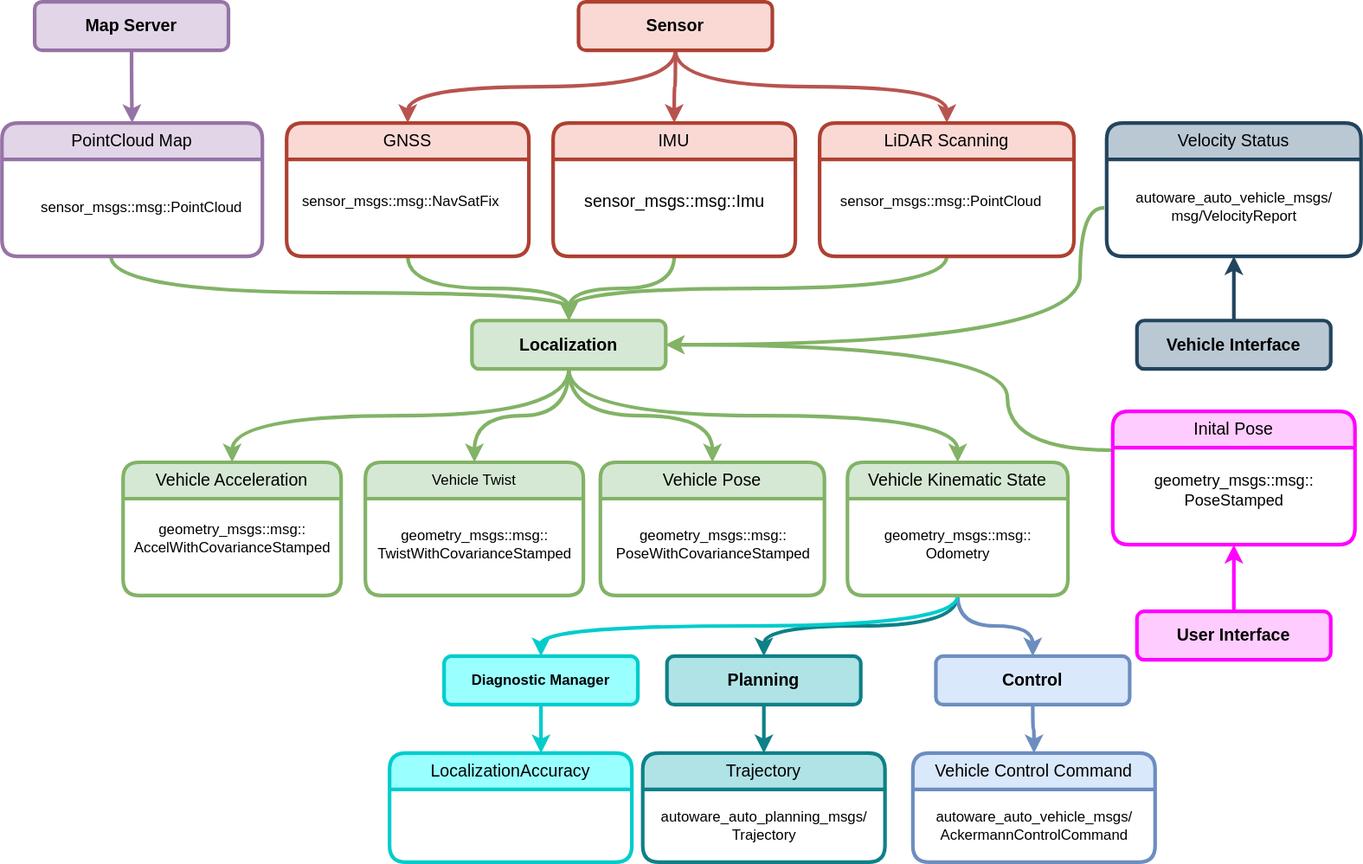
The draw.io diagram docs/design/autoware-interfaces/components/images/Localization-Bus-ODD-Architecture.drawio.svg in autowarefoundation/autoware-documentation, before a commit. Source tidied: cells renumbered, new cells last; positions are measured from the earlier drawing's top-left corner, leaving out a move shared by most shapes.
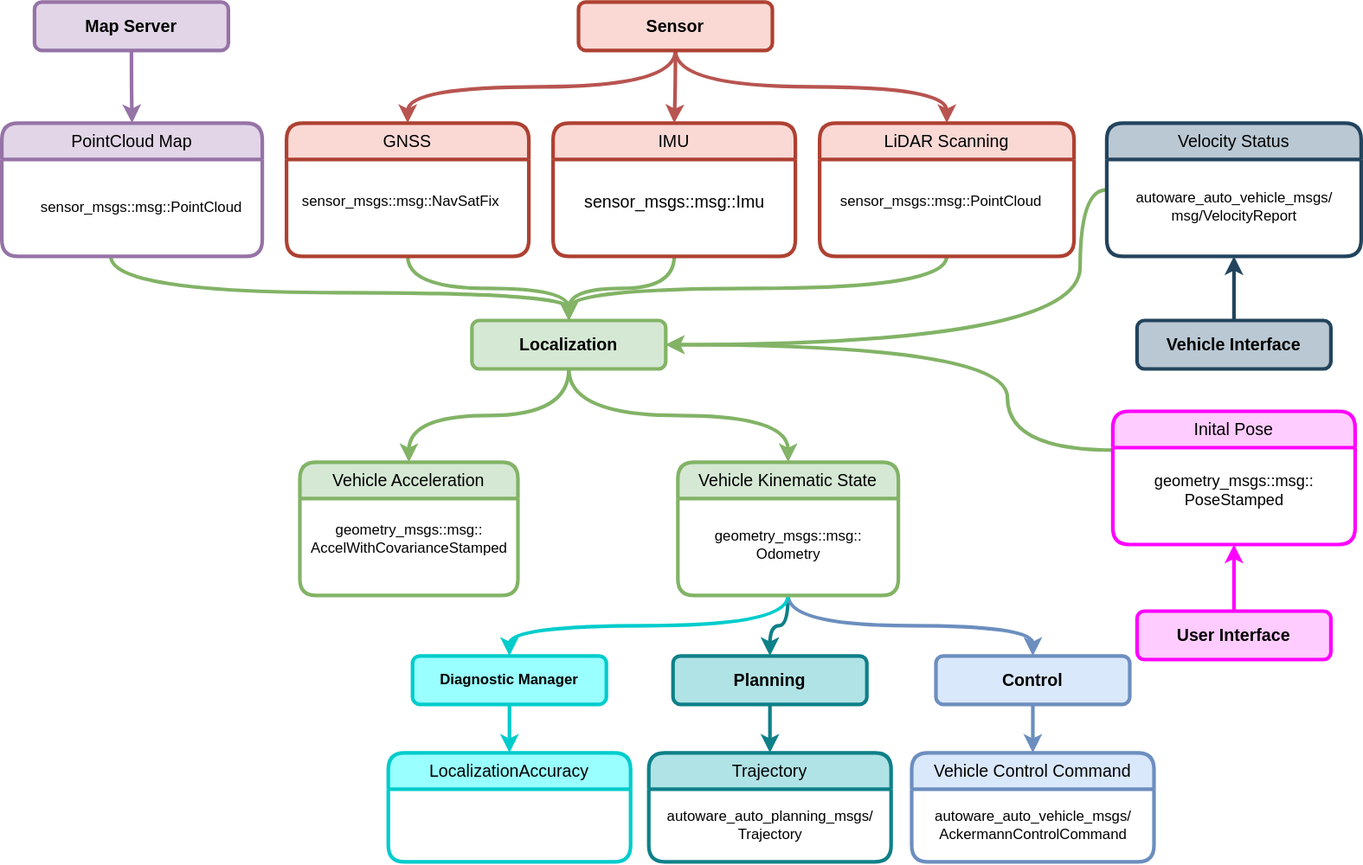
After the change.

Commit message:
docs(design/autoware-interfaces): add localization interface

The edit, as a diff of the source:
```diff
@@ -20,12 +20,6 @@
     <mxCell id="5" style="edgeStyle=orthogonalEdgeStyle;curved=1;rounded=1;jettySize=auto;html=1;strokeWidth=3;exitX=0.5;exitY=1;exitDx=0;exitDy=0;fillColor=#d5e8d4;strokeColor=#82b366;" parent="1" edge="1" source="9" target="47">
       <mxGeometry relative="1" as="geometry" />
     </mxCell>
-    <mxCell id="6" style="edgeStyle=orthogonalEdgeStyle;curved=1;rounded=1;jettySize=auto;html=1;strokeWidth=3;fillColor=#d5e8d4;strokeColor=#82b366;" parent="1" edge="1" source="9" target="41">
-      <mxGeometry relative="1" as="geometry" />
-    </mxCell>
-    <mxCell id="7" style="edgeStyle=orthogonalEdgeStyle;curved=1;rounded=1;jettySize=auto;html=1;strokeWidth=3;fillColor=#d5e8d4;strokeColor=#82b366;" parent="1" edge="1" source="9" target="20">
-      <mxGeometry relative="1" as="geometry" />
-    </mxCell>
     <mxCell id="8" style="edgeStyle=orthogonalEdgeStyle;curved=1;rounded=0;jettySize=auto;html=1;strokeColor=#82b366;strokeWidth=3;fontSize=14;exitX=0.5;exitY=1;exitDx=0;exitDy=0;fillColor=#d5e8d4;" parent="1" edge="1" source="9" target="52">
       <mxGeometry relative="1" as="geometry" />
     </mxCell>
@@ -42,7 +36,7 @@
       <mxGeometry relative="1" as="geometry" />
     </mxCell>
     <mxCell id="13" value="&lt;font style=&quot;font-size: 14px;&quot;&gt;&lt;b&gt;&lt;font style=&quot;font-size: 14px;&quot;&gt;Planning&lt;/font&gt;&lt;/b&gt;&lt;/font&gt;" style="rounded=1;whiteSpace=wrap;html=1;fillColor=#b0e3e6;strokeColor=#0e8088;strokeWidth=3;" parent="1" vertex="1">
-      <mxGeometry x="549" y="540" width="160" height="40" as="geometry" />
+      <mxGeometry x="554" y="540" width="160" height="40" as="geometry" />
     </mxCell>
     <mxCell id="14" style="edgeStyle=orthogonalEdgeStyle;curved=1;rounded=0;jettySize=auto;html=1;strokeWidth=3;fillColor=#e1d5e7;strokeColor=#9673a6;" parent="1" edge="1" source="15" target="17">
       <mxGeometry relative="1" as="geometry" />
@@ -68,12 +62,6 @@
     <mxCell id="19" style="edgeStyle=orthogonalEdgeStyle;curved=1;rounded=1;jettySize=auto;html=1;strokeWidth=3;fillColor=#b0e3e6;strokeColor=#0e8088;exitX=0.5;exitY=1;exitDx=0;exitDy=0;" parent="1" edge="1" source="52" target="13">
       <mxGeometry relative="1" as="geometry" />
     </mxCell>
-    <mxCell id="20" value="Vehicle Pose" style="swimlane;whiteSpace=wrap;html=1;rounded=1;fillColor=#d5e8d4;strokeColor=#82b366;strokeWidth=3;startSize=30;fontStyle=0;fontSize=14;" parent="1" vertex="1">
-      <mxGeometry x="494" y="380" width="185" height="110" as="geometry" />
-    </mxCell>
-    <mxCell id="21" value="&lt;div style=&quot;font-size: 12px;&quot;&gt;geometry_msgs::msg::&lt;/div&gt;&lt;div style=&quot;font-size: 12px;&quot;&gt;PoseWithCovarianceStamped&lt;/div&gt;" style="text;html=1;align=center;verticalAlign=middle;strokeColor=none;fillColor=none;fontSize=12;" parent="20" vertex="1">
-      <mxGeometry x="2.5" y="48" width="180" height="40" as="geometry" />
-    </mxCell>
     <mxCell id="22" style="edgeStyle=orthogonalEdgeStyle;curved=1;rounded=1;jettySize=auto;html=1;strokeWidth=3;fillColor=#dae8fc;strokeColor=#6c8ebf;" parent="1" edge="1" source="23" target="43">
       <mxGeometry relative="1" as="geometry" />
     </mxCell>
@@ -116,6 +104,14 @@
     <mxCell id="35" value="&lt;font style=&quot;font-size: 14px;&quot;&gt;&lt;b&gt;&lt;font style=&quot;font-size: 14px;&quot;&gt;Vehicle&lt;/font&gt; Interface&lt;/b&gt;&lt;/font&gt;" style="rounded=1;whiteSpace=wrap;html=1;fillColor=#bac8d3;strokeColor=#23445d;strokeWidth=3;" parent="1" vertex="1">
       <mxGeometry x="937" y="263" width="160" height="40" as="geometry" />
     </mxCell>
+    <mxCell id="57" style="edgeStyle=orthogonalEdgeStyle;rounded=0;jettySize=auto;html=1;entryX=1;entryY=0.5;entryDx=0;entryDy=0;curved=1;fillColor=#d5e8d4;strokeColor=#82b366;strokeWidth=3;" parent="1" edge="1" source="36" target="9">
+      <mxGeometry relative="1" as="geometry">
+        <Array as="points">
+          <mxPoint x="890" y="155" />
+          <mxPoint x="890" y="283" />
+        </Array>
+      </mxGeometry>
+    </mxCell>
     <mxCell id="36" value="&lt;font style=&quot;font-size: 14px;&quot; face=&quot;Helvetica&quot;&gt;Velocity Status&lt;/font&gt;" style="swimlane;whiteSpace=wrap;html=1;rounded=1;fillColor=#bac8d3;strokeColor=#23445d;strokeWidth=3;startSize=30;fontStyle=0;fontSize=14;" parent="1" vertex="1">
       <mxGeometry x="912" y="100" width="210" height="110" as="geometry" />
     </mxCell>
@@ -131,39 +127,24 @@
     <mxCell id="40" value="sensor_msgs::msg::PointCloud" style="text;html=1;align=center;verticalAlign=middle;strokeColor=none;fillColor=none;fontSize=12;" parent="39" vertex="1">
       <mxGeometry x="5" y="50" width="190" height="30" as="geometry" />
     </mxCell>
-    <mxCell id="41" value="Vehicle Twist" style="swimlane;whiteSpace=wrap;html=1;rounded=1;fillColor=#d5e8d4;strokeColor=#82b366;strokeWidth=3;startSize=30;fontStyle=0;fontSize=12;" parent="1" vertex="1">
-      <mxGeometry x="300" y="380" width="180" height="110" as="geometry" />
-    </mxCell>
-    <mxCell id="42" value="&lt;div style=&quot;font-size: 12px;&quot;&gt;geometry_msgs::msg::&lt;/div&gt;&lt;div style=&quot;font-size: 12px;&quot;&gt;TwistWithCovarianceStamped&lt;/div&gt;" style="text;html=1;align=center;verticalAlign=middle;strokeColor=none;fillColor=none;fontSize=12;" parent="41" vertex="1">
-      <mxGeometry y="48" width="180" height="40" as="geometry" />
-    </mxCell>
     <mxCell id="43" value="Vehicle Control Command" style="swimlane;whiteSpace=wrap;html=1;rounded=1;fillColor=#dae8fc;strokeColor=#6c8ebf;strokeWidth=3;startSize=30;fontStyle=0;fontSize=14;" parent="1" vertex="1">
-      <mxGeometry x="752" y="620" width="200" height="90" as="geometry" />
+      <mxGeometry x="751" y="620" width="200" height="90" as="geometry" />
     </mxCell>
     <mxCell id="44" value="&lt;div&gt;autoware_auto_vehicle_msgs/&lt;/div&gt;&lt;div&gt;AckermannControlCommand&lt;/div&gt;" style="text;html=1;align=center;verticalAlign=middle;strokeColor=none;fillColor=none;" parent="43" vertex="1">
       <mxGeometry x="10" y="40" width="180" height="40" as="geometry" />
     </mxCell>
     <mxCell id="45" value="Trajectory" style="swimlane;whiteSpace=wrap;html=1;rounded=1;fillColor=#b0e3e6;strokeColor=#0e8088;strokeWidth=3;startSize=30;fontStyle=0;fontSize=14;" parent="1" vertex="1">
-      <mxGeometry x="529" y="620" width="200" height="90" as="geometry" />
+      <mxGeometry x="534" y="620" width="200" height="90" as="geometry" />
     </mxCell>
     <mxCell id="46" value="&lt;div&gt;autoware_auto_planning_msgs/&lt;/div&gt;&lt;div&gt;Trajectory&lt;/div&gt;" style="text;html=1;align=center;verticalAlign=middle;strokeColor=none;fillColor=none;" parent="45" vertex="1">
       <mxGeometry x="5" y="40" width="190" height="40" as="geometry" />
     </mxCell>
     <mxCell id="47" value="Vehicle Acceleration" style="swimlane;whiteSpace=wrap;html=1;rounded=1;fillColor=#d5e8d4;strokeColor=#82b366;strokeWidth=3;startSize=30;fontStyle=0;fontSize=14;" parent="1" vertex="1">
-      <mxGeometry x="100" y="380" width="180" height="110" as="geometry" />
+      <mxGeometry x="246" y="380" width="180" height="110" as="geometry" />
     </mxCell>
     <mxCell id="48" value="&lt;div style=&quot;font-size: 12px;&quot;&gt;geometry_msgs::msg::&lt;/div&gt;&lt;div style=&quot;font-size: 12px;&quot;&gt;AccelWithCovarianceStamped&lt;/div&gt;" style="text;html=1;align=center;verticalAlign=middle;strokeColor=none;fillColor=none;fontSize=12;" parent="47" vertex="1">
       <mxGeometry y="43" width="180" height="40" as="geometry" />
     </mxCell>
-    <mxCell id="49" style="edgeStyle=orthogonalEdgeStyle;curved=1;rounded=0;jettySize=auto;html=1;strokeColor=#82b366;strokeWidth=3;fillColor=#d5e8d4;entryX=1;entryY=0.5;entryDx=0;entryDy=0;" parent="1" edge="1" target="9">
-      <mxGeometry relative="1" as="geometry">
-        <mxPoint x="910" y="170" as="sourcePoint" />
-        <Array as="points">
-          <mxPoint x="890" y="169" />
-          <mxPoint x="890" y="283" />
-        </Array>
-      </mxGeometry>
-    </mxCell>
     <mxCell id="50" style="edgeStyle=orthogonalEdgeStyle;curved=1;rounded=0;jettySize=auto;html=1;strokeColor=#6c8ebf;strokeWidth=3;fontSize=14;exitX=0.5;exitY=1;exitDx=0;exitDy=0;fillColor=#dae8fc;" parent="1" edge="1" source="52" target="23">
       <mxGeometry relative="1" as="geometry" />
     </mxCell>
@@ -171,19 +152,19 @@
       <mxGeometry relative="1" as="geometry" />
     </mxCell>
     <mxCell id="52" value="Vehicle Kinematic State" style="swimlane;whiteSpace=wrap;html=1;rounded=1;fillColor=#d5e8d4;strokeColor=#82b366;strokeWidth=3;startSize=30;fontStyle=0;fontSize=14;" parent="1" vertex="1">
-      <mxGeometry x="698" y="380" width="182" height="110" as="geometry" />
+      <mxGeometry x="558" y="380" width="182" height="110" as="geometry" />
     </mxCell>
     <mxCell id="53" value="&lt;div style=&quot;font-size: 12px;&quot;&gt;geometry_msgs::msg::&lt;/div&gt;&lt;div style=&quot;font-size: 12px;&quot;&gt;Odometry&lt;br style=&quot;font-size: 12px;&quot;&gt;&lt;/div&gt;" style="text;html=1;align=center;verticalAlign=middle;strokeColor=none;fillColor=none;fontSize=12;" parent="52" vertex="1">
       <mxGeometry x="21" y="48" width="140" height="40" as="geometry" />
     </mxCell>
-    <mxCell id="54" style="edgeStyle=orthogonalEdgeStyle;curved=1;rounded=0;jettySize=auto;html=1;entryX=0.625;entryY=0;entryDx=0;entryDy=0;entryPerimeter=0;strokeColor=#00CCCC;strokeWidth=3;fillColor=#66ffff;" parent="1" edge="1" source="55" target="56">
+    <mxCell id="54" style="edgeStyle=orthogonalEdgeStyle;curved=1;rounded=0;jettySize=auto;html=1;strokeColor=#00CCCC;strokeWidth=3;fillColor=#66ffff;" parent="1" edge="1" source="55" target="56">
       <mxGeometry relative="1" as="geometry" />
     </mxCell>
     <mxCell id="55" value="Diagnostic Manager" style="rounded=1;whiteSpace=wrap;html=1;strokeWidth=3;fillColor=#99ffff;strokeColor=#00CCCC;fontStyle=1;" parent="1" vertex="1">
-      <mxGeometry x="365" y="540" width="160" height="40" as="geometry" />
+      <mxGeometry x="339" y="540" width="160" height="40" as="geometry" />
     </mxCell>
     <mxCell id="56" value="LocalizationAccuracy" style="swimlane;whiteSpace=wrap;html=1;rounded=1;fillColor=#99FFFF;strokeColor=#00CCCC;strokeWidth=3;startSize=30;fontStyle=0;fontSize=14;" parent="1" vertex="1">
-      <mxGeometry x="320" y="620" width="200" height="90" as="geometry" />
+      <mxGeometry x="319" y="620" width="200" height="90" as="geometry" />
     </mxCell>
   </root>
 </mxGraphModel>
```
